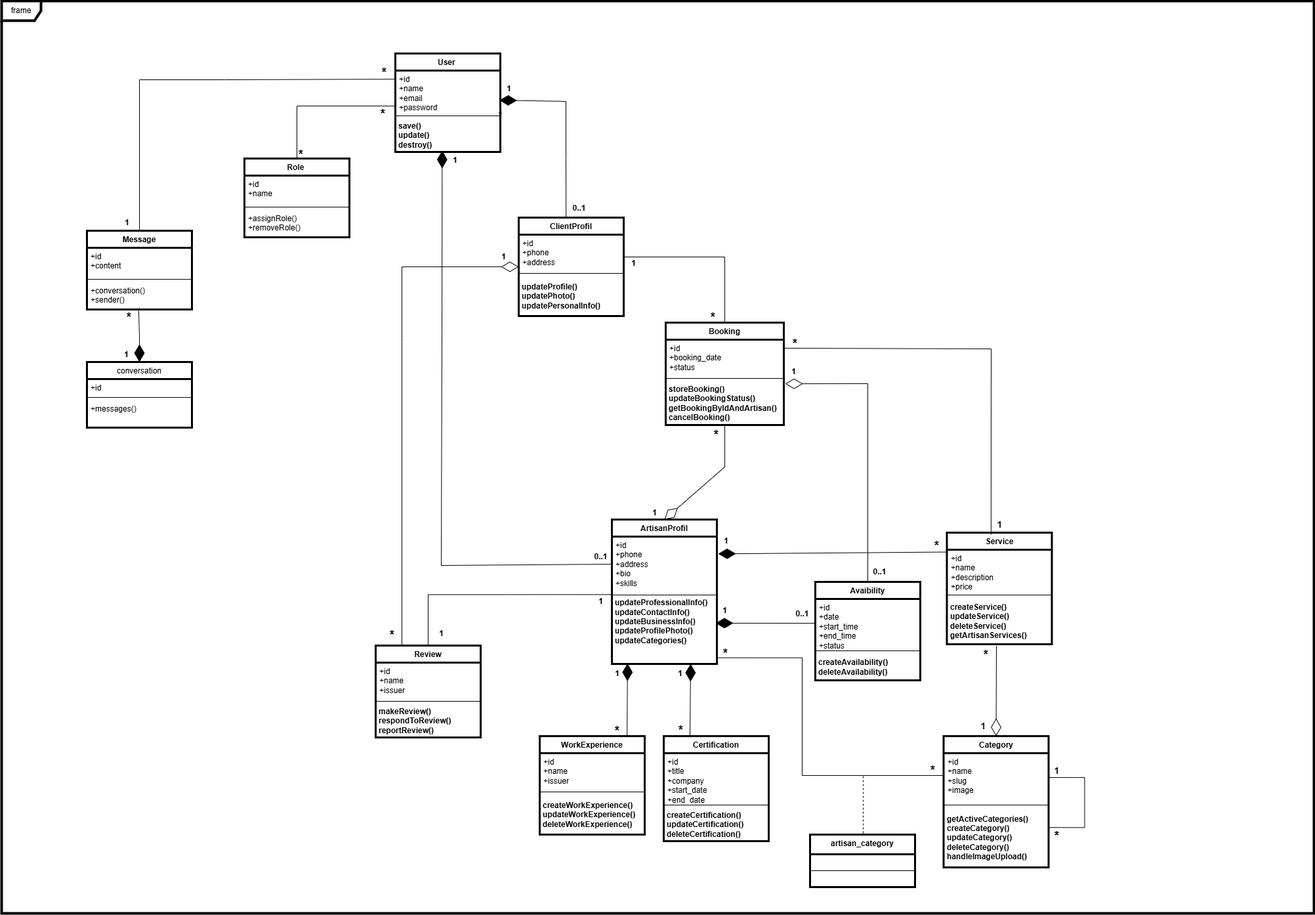
mohamedm999/TheMyArtisan keeps this draw.io diagram as Documentation/Conception/Diagrammes UML/diagrammeClass.drawio.png. Above is the earlier version. Source tidied: cells renumbered, new cells last; positions are measured from the earlier drawing's top-left corner, leaving out a move shared by most shapes.
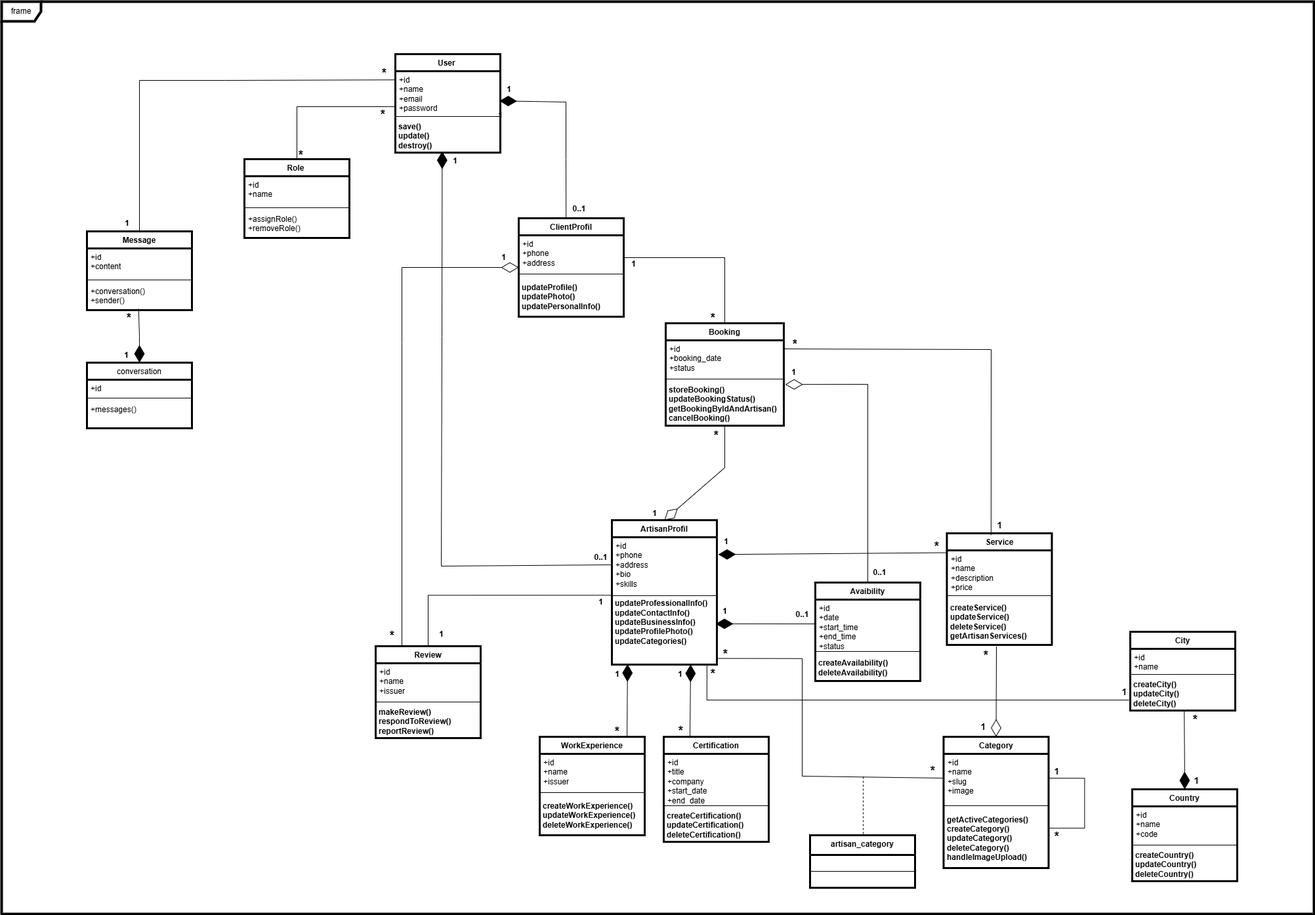
Above is the later version.

Change to the diagram source:
```diff
@@ -403,5 +403,53 @@
     <mxCell id="112" value="*" style="text;align=center;fontStyle=1;verticalAlign=middle;spacingLeft=3;spacingRight=3;strokeColor=none;html=1;fontSize=19;" parent="1" vertex="1">
       <mxGeometry x="1591" y="1260" width="34" height="26" as="geometry" />
     </mxCell>
+    <mxCell id="113" value="City" style="swimlane;fontStyle=1;align=center;verticalAlign=top;horizontal=1;startSize=26;whiteSpace=wrap;html=1;strokeWidth=3;" parent="1" vertex="1">
+      <mxGeometry x="1720" y="960" width="160" height="120" as="geometry" />
+    </mxCell>
+    <mxCell id="114" value="+id&amp;nbsp;&lt;div&gt;+name&lt;/div&gt;" style="text;strokeColor=none;fillColor=none;align=left;verticalAlign=top;spacingLeft=4;spacingRight=4;overflow=hidden;whiteSpace=wrap;html=1;" parent="113" vertex="1">
+      <mxGeometry y="26" width="160" height="34" as="geometry" />
+    </mxCell>
+    <mxCell id="115" style="line;strokeWidth=1;fillColor=none;align=left;verticalAlign=middle;spacingTop=-1;spacingLeft=3;spacingRight=3;labelPosition=right;strokeColor=inherit;" parent="113" vertex="1">
+      <mxGeometry y="60" width="160" height="10" as="geometry" />
+    </mxCell>
+    <mxCell id="116" value="&lt;div&gt;createCity()&lt;/div&gt;&lt;div&gt;updateCity()&lt;/div&gt;&lt;div&gt;deleteCity()&lt;/div&gt;" style="text;align=left;fontStyle=1;verticalAlign=middle;spacingLeft=3;spacingRight=3;strokeColor=none;points=[[0,0.5],[1,0.5]];portConstraint=eastwest;html=1;" parent="113" vertex="1">
+      <mxGeometry y="70" width="160" height="50" as="geometry" />
+    </mxCell>
+    <mxCell id="117" value="Country" style="swimlane;fontStyle=1;align=center;verticalAlign=top;horizontal=1;startSize=26;whiteSpace=wrap;html=1;strokeWidth=3;" parent="1" vertex="1">
+      <mxGeometry x="1723" y="1200" width="160" height="140" as="geometry" />
+    </mxCell>
+    <mxCell id="118" value="+id&amp;nbsp;&lt;div&gt;+name&lt;/div&gt;&lt;div&gt;+code&lt;/div&gt;" style="text;strokeColor=none;fillColor=none;align=left;verticalAlign=top;spacingLeft=4;spacingRight=4;overflow=hidden;whiteSpace=wrap;html=1;" parent="117" vertex="1">
+      <mxGeometry y="26" width="160" height="54" as="geometry" />
+    </mxCell>
+    <mxCell id="119" style="line;strokeWidth=1;fillColor=none;align=left;verticalAlign=middle;spacingTop=-1;spacingLeft=3;spacingRight=3;labelPosition=right;strokeColor=inherit;" parent="117" vertex="1">
+      <mxGeometry y="80" width="160" height="10" as="geometry" />
+    </mxCell>
+    <mxCell id="120" value="&lt;div&gt;create&lt;span style=&quot;text-align: center; text-wrap-mode: wrap; background-color: transparent; color: light-dark(rgb(0, 0, 0), rgb(255, 255, 255));&quot;&gt;Country&lt;/span&gt;&lt;span style=&quot;background-color: transparent; color: light-dark(rgb(0, 0, 0), rgb(255, 255, 255));&quot;&gt;()&lt;/span&gt;&lt;/div&gt;&lt;div&gt;update&lt;span style=&quot;text-align: center; text-wrap-mode: wrap; background-color: transparent; color: light-dark(rgb(0, 0, 0), rgb(255, 255, 255));&quot;&gt;Country&lt;/span&gt;&lt;span style=&quot;background-color: transparent; color: light-dark(rgb(0, 0, 0), rgb(255, 255, 255));&quot;&gt;()&lt;/span&gt;&lt;/div&gt;&lt;div&gt;delete&lt;span style=&quot;text-align: center; text-wrap-mode: wrap; background-color: transparent; color: light-dark(rgb(0, 0, 0), rgb(255, 255, 255));&quot;&gt;Country&lt;/span&gt;&lt;span style=&quot;background-color: transparent; color: light-dark(rgb(0, 0, 0), rgb(255, 255, 255));&quot;&gt;()&lt;/span&gt;&lt;/div&gt;" style="text;align=left;fontStyle=1;verticalAlign=middle;spacingLeft=3;spacingRight=3;strokeColor=none;html=1;" parent="117" vertex="1">
+      <mxGeometry y="90" width="160" height="50" as="geometry" />
+    </mxCell>
+    <mxCell id="121" style="endArrow=diamondThin;endFill=1;endSize=24;html=1;rounded=0;exitX=0.514;exitY=0.996;exitDx=0;exitDy=0;exitPerimeter=0;entryX=0.5;entryY=0;entryDx=0;entryDy=0;" parent="1" edge="1" source="116" target="117">
+      <mxGeometry relative="1" as="geometry" />
+    </mxCell>
+    <mxCell id="122" value="1" style="text;align=center;fontStyle=1;verticalAlign=middle;spacingLeft=3;spacingRight=3;strokeColor=none;html=1;fontSize=14;" parent="1" vertex="1">
+      <mxGeometry x="1808" y="1179.5" width="25" height="15" as="geometry" />
+    </mxCell>
+    <mxCell id="123" value="*" style="text;align=center;fontStyle=1;verticalAlign=middle;spacingLeft=3;spacingRight=3;strokeColor=none;html=1;fontSize=19;" parent="1" vertex="1">
+      <mxGeometry x="1801.5" y="1082" width="34" height="26" as="geometry" />
+    </mxCell>
+    <mxCell id="124" style="endArrow=none;html=1;edgeStyle=orthogonalEdgeStyle;rounded=0;exitX=0.918;exitY=1.016;exitDx=0;exitDy=0;exitPerimeter=0;" parent="1" edge="1">
+      <mxGeometry relative="1" as="geometry">
+        <mxPoint x="1074.9" y="1011.6" as="sourcePoint" />
+        <mxPoint x="1718" y="1064" as="targetPoint" />
+        <Array as="points">
+          <mxPoint x="1075" y="1064" />
+        </Array>
+      </mxGeometry>
+    </mxCell>
+    <mxCell id="125" value="1" style="text;align=center;fontStyle=1;verticalAlign=middle;spacingLeft=3;spacingRight=3;strokeColor=none;html=1;fontSize=14;" parent="1" vertex="1">
+      <mxGeometry x="1698" y="1044.5" width="25" height="15" as="geometry" />
+    </mxCell>
+    <mxCell id="126" value="*" style="text;align=center;fontStyle=1;verticalAlign=middle;spacingLeft=3;spacingRight=3;strokeColor=none;html=1;fontSize=19;" parent="1" vertex="1">
+      <mxGeometry x="1067" y="1012" width="34" height="26" as="geometry" />
+    </mxCell>
   </root>
 </mxGraphModel>
```
